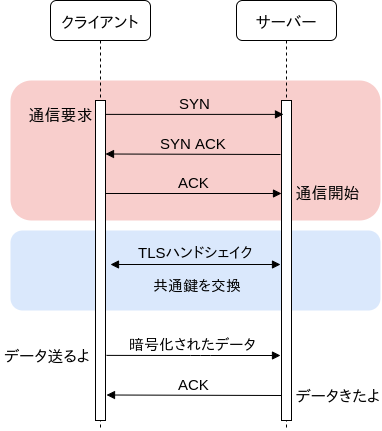
shiopon01/slides keeps this draw.io diagram as images/003/tls.png. Above is the earlier version. Source tidied: cells renumbered, new cells last; positions are measured from the earlier drawing's top-left corner, leaving out a move shared by most shapes. Source of this version:
```xml
<mxGraphModel background="#ffffff">
  <root>
    <mxCell id="0" />
    <mxCell id="1" parent="0" />
    <mxCell id="2" style="rounded=1;whiteSpace=wrap;html=1;fillColor=#dae8fc;strokeColor=none;" parent="1" vertex="1">
      <mxGeometry x="10" y="230" width="370" height="80" as="geometry" />
    </mxCell>
    <mxCell id="3" style="rounded=1;whiteSpace=wrap;html=1;fillColor=#f8cecc;strokeColor=none;" parent="1" vertex="1">
      <mxGeometry x="10" y="80" width="370" height="140" as="geometry" />
    </mxCell>
    <mxCell id="4" value="&lt;font style=&quot;font-size: 16px&quot;&gt;サーバー&lt;/font&gt;" style="shape=umlLifeline;perimeter=lifelinePerimeter;whiteSpace=wrap;html=1;rounded=1;shadow=0;comic=0;labelBackgroundColor=none;strokeWidth=1;fontFamily=Verdana;fontSize=12;align=center;" parent="1" vertex="1">
      <mxGeometry x="236" width="100" height="430" as="geometry" />
    </mxCell>
    <mxCell id="5" style="html=1;perimeter=orthogonalPerimeter;rounded=0;shadow=0;comic=0;labelBackgroundColor=none;strokeWidth=1;fontFamily=Verdana;fontSize=12;align=center;" parent="4" vertex="1">
      <mxGeometry x="45" y="100" width="10" height="320" as="geometry" />
    </mxCell>
    <mxCell id="6" value="&lt;font style=&quot;font-size: 16px&quot;&gt;クライアント&lt;/font&gt;" style="shape=umlLifeline;perimeter=lifelinePerimeter;whiteSpace=wrap;html=1;rounded=1;shadow=0;comic=0;labelBackgroundColor=none;strokeWidth=1;fontFamily=Verdana;fontSize=12;align=center;" parent="1" vertex="1">
      <mxGeometry x="50" width="100" height="430" as="geometry" />
    </mxCell>
    <mxCell id="7" style="html=1;perimeter=orthogonalPerimeter;rounded=0;shadow=0;comic=0;labelBackgroundColor=none;strokeWidth=1;fontFamily=Verdana;fontSize=12;align=center;" parent="6" vertex="1">
      <mxGeometry x="45" y="100" width="10" height="320" as="geometry" />
    </mxCell>
    <mxCell id="8" style="endArrow=block;startArrow=block;endFill=1;startFill=1;html=1;shadow=0;labelBackgroundColor=none;strokeColor=#000000;" parent="6" edge="1">
      <mxGeometry relative="1" as="geometry">
        <mxPoint x="60" y="264" as="sourcePoint" />
        <mxPoint x="230" y="264" as="targetPoint" />
      </mxGeometry>
    </mxCell>
    <mxCell id="9" value="&lt;span style=&quot;font-size: 15px&quot;&gt;TLSハンドシェイク&lt;/span&gt;" style="text;html=1;align=center;verticalAlign=middle;labelBackgroundColor=none;" parent="8" vertex="1">
      <mxGeometry x="0.25" y="1" relative="1" as="geometry">
        <mxPoint x="-21" y="-12" as="offset" />
      </mxGeometry>
    </mxCell>
    <mxCell id="10" value="&lt;span style=&quot;font-size: 15px&quot;&gt;SYN&lt;br&gt;&lt;/span&gt;" style="html=1;verticalAlign=bottom;endArrow=block;entryX=0.2;entryY=0.043;entryDx=0;entryDy=0;entryPerimeter=0;shadow=0;strokeColor=#000000;labelBackgroundColor=none;" parent="1" edge="1">
      <mxGeometry relative="1" as="geometry">
        <mxPoint x="105" y="113.9" as="sourcePoint" />
        <mxPoint x="283" y="113.9" as="targetPoint" />
      </mxGeometry>
    </mxCell>
    <mxCell id="11" value="&lt;span style=&quot;font-size: 15px&quot;&gt;SYN ACK&lt;br&gt;&lt;/span&gt;" style="html=1;verticalAlign=bottom;endArrow=block;labelBackgroundColor=none;" parent="1" edge="1">
      <mxGeometry relative="1" as="geometry">
        <mxPoint x="280" y="154" as="sourcePoint" />
        <mxPoint x="105" y="153.5" as="targetPoint" />
      </mxGeometry>
    </mxCell>
    <mxCell id="12" value="&lt;span style=&quot;font-size: 15px&quot;&gt;ACK&lt;br&gt;&lt;/span&gt;" style="html=1;verticalAlign=bottom;endArrow=block;labelBorderColor=none;labelBackgroundColor=none;" parent="1" edge="1">
      <mxGeometry relative="1" as="geometry">
        <mxPoint x="105" y="193" as="sourcePoint" />
        <mxPoint x="281" y="193" as="targetPoint" />
      </mxGeometry>
    </mxCell>
    <mxCell id="13" value="&lt;span style=&quot;font-size: 16px&quot;&gt;通信開始&lt;/span&gt;" style="text;html=1;strokeColor=none;fillColor=none;align=center;verticalAlign=middle;whiteSpace=wrap;rounded=0;" parent="1" vertex="1">
      <mxGeometry x="292" y="182" width="70" height="20" as="geometry" />
    </mxCell>
    <mxCell id="14" value="&lt;span style=&quot;font-size: 16px&quot;&gt;通信要求&lt;/span&gt;" style="text;html=1;strokeColor=none;fillColor=none;align=center;verticalAlign=middle;whiteSpace=wrap;rounded=0;" parent="1" vertex="1">
      <mxGeometry x="25" y="104" width="70" height="20" as="geometry" />
    </mxCell>
    <mxCell id="15" value="&lt;span style=&quot;font-size: 15px&quot;&gt;共通鍵を交換&lt;/span&gt;" style="text;html=1;align=center;verticalAlign=middle;labelBackgroundColor=none;" parent="1" vertex="1">
      <mxGeometry x="217" y="296" as="geometry">
        <mxPoint x="-21" y="-12" as="offset" />
      </mxGeometry>
    </mxCell>
    <mxCell id="16" value="&lt;span style=&quot;font-size: 15px&quot;&gt;暗号化されたデータ&lt;br&gt;&lt;/span&gt;" style="html=1;verticalAlign=bottom;endArrow=block;shadow=0;strokeColor=#000000;labelBackgroundColor=none;" parent="1" edge="1">
      <mxGeometry relative="1" as="geometry">
        <mxPoint x="106" y="354.9" as="sourcePoint" />
        <mxPoint x="280" y="355" as="targetPoint" />
        <Array as="points">
          <mxPoint x="200" y="355" />
        </Array>
      </mxGeometry>
    </mxCell>
    <mxCell id="17" value="&lt;span style=&quot;font-size: 15px&quot;&gt;ACK&lt;br&gt;&lt;/span&gt;" style="html=1;verticalAlign=bottom;endArrow=block;labelBackgroundColor=none;" parent="1" edge="1">
      <mxGeometry relative="1" as="geometry">
        <mxPoint x="281" y="395" as="sourcePoint" />
        <mxPoint x="106" y="394.5" as="targetPoint" />
      </mxGeometry>
    </mxCell>
    <mxCell id="18" value="&lt;span style=&quot;font-size: 16px&quot;&gt;データきたよ&lt;/span&gt;" style="text;html=1;strokeColor=none;fillColor=none;align=center;verticalAlign=middle;whiteSpace=wrap;rounded=0;" parent="1" vertex="1">
      <mxGeometry x="293" y="385" width="88" height="20" as="geometry" />
    </mxCell>
    <mxCell id="19" value="&lt;span style=&quot;font-size: 16px&quot;&gt;データ送るよ&lt;/span&gt;" style="text;html=1;strokeColor=none;fillColor=none;align=center;verticalAlign=middle;whiteSpace=wrap;rounded=0;" parent="1" vertex="1">
      <mxGeometry y="345" width="94" height="20" as="geometry" />
    </mxCell>
  </root>
</mxGraphModel>
```
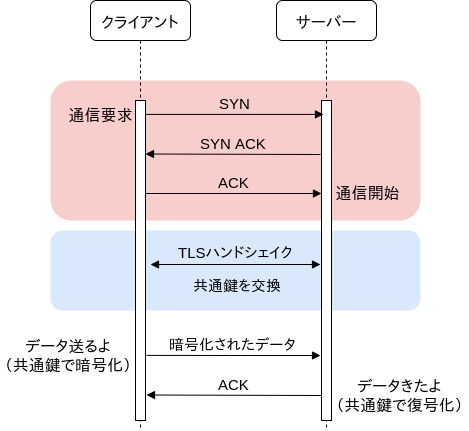
The same diagram one commit later.

Change to the diagram source:
```diff
@@ -1,4 +1,4 @@
-<mxGraphModel background="#ffffff">
+<mxGraphModel>
   <root>
     <mxCell id="0" />
     <mxCell id="1" parent="0" />
@@ -11,22 +11,22 @@
     <mxCell id="4" value="&lt;font style=&quot;font-size: 16px&quot;&gt;サーバー&lt;/font&gt;" style="shape=umlLifeline;perimeter=lifelinePerimeter;whiteSpace=wrap;html=1;rounded=1;shadow=0;comic=0;labelBackgroundColor=none;strokeWidth=1;fontFamily=Verdana;fontSize=12;align=center;" parent="1" vertex="1">
       <mxGeometry x="236" width="100" height="430" as="geometry" />
     </mxCell>
-    <mxCell id="5" style="html=1;perimeter=orthogonalPerimeter;rounded=0;shadow=0;comic=0;labelBackgroundColor=none;strokeWidth=1;fontFamily=Verdana;fontSize=12;align=center;" parent="4" vertex="1">
-      <mxGeometry x="45" y="100" width="10" height="320" as="geometry" />
-    </mxCell>
+    <mxCell id="20" style="html=1;perimeter=orthogonalPerimeter;rounded=0;shadow=0;comic=0;labelBackgroundColor=none;strokeWidth=1;fontFamily=Verdana;fontSize=12;align=center;" parent="4" vertex="1">
+      <mxGeometry x="45" y="100" width="10" height="320" as="geometry" />
+    </mxCell>
     <mxCell id="6" value="&lt;font style=&quot;font-size: 16px&quot;&gt;クライアント&lt;/font&gt;" style="shape=umlLifeline;perimeter=lifelinePerimeter;whiteSpace=wrap;html=1;rounded=1;shadow=0;comic=0;labelBackgroundColor=none;strokeWidth=1;fontFamily=Verdana;fontSize=12;align=center;" parent="1" vertex="1">
       <mxGeometry x="50" width="100" height="430" as="geometry" />
     </mxCell>
-    <mxCell id="7" style="html=1;perimeter=orthogonalPerimeter;rounded=0;shadow=0;comic=0;labelBackgroundColor=none;strokeWidth=1;fontFamily=Verdana;fontSize=12;align=center;" parent="6" vertex="1">
-      <mxGeometry x="45" y="100" width="10" height="320" as="geometry" />
-    </mxCell>
-    <mxCell id="8" style="endArrow=block;startArrow=block;endFill=1;startFill=1;html=1;shadow=0;labelBackgroundColor=none;strokeColor=#000000;" parent="6" edge="1">
-      <mxGeometry relative="1" as="geometry">
-        <mxPoint x="60" y="264" as="sourcePoint" />
-        <mxPoint x="230" y="264" as="targetPoint" />
-      </mxGeometry>
-    </mxCell>
+    <mxCell id="21" style="html=1;perimeter=orthogonalPerimeter;rounded=0;shadow=0;comic=0;labelBackgroundColor=none;strokeWidth=1;fontFamily=Verdana;fontSize=12;align=center;" parent="6" vertex="1">
+      <mxGeometry x="45" y="100" width="10" height="320" as="geometry" />
+    </mxCell>
+    <mxCell id="22" style="endArrow=block;startArrow=block;endFill=1;startFill=1;html=1;shadow=0;labelBackgroundColor=none;strokeColor=#000000;" parent="6" edge="1">
+      <mxGeometry relative="1" as="geometry">
+        <mxPoint x="60" y="264" as="sourcePoint" />
+        <mxPoint x="230" y="264" as="targetPoint" />
+      </mxGeometry>
+    </mxCell>
-    <mxCell id="9" value="&lt;span style=&quot;font-size: 15px&quot;&gt;TLSハンドシェイク&lt;/span&gt;" style="text;html=1;align=center;verticalAlign=middle;labelBackgroundColor=none;" parent="8" vertex="1">
+    <mxCell id="9" value="&lt;span style=&quot;font-size: 15px&quot;&gt;TLSハンドシェイク&lt;/span&gt;" style="text;html=1;align=center;verticalAlign=middle;labelBackgroundColor=none;" parent="22" vertex="1">
       <mxGeometry x="0.25" y="1" relative="1" as="geometry">
         <mxPoint x="-21" y="-12" as="offset" />
       </mxGeometry>
@@ -75,11 +75,11 @@
         <mxPoint x="106" y="394.5" as="targetPoint" />
       </mxGeometry>
     </mxCell>
-    <mxCell id="18" value="&lt;span style=&quot;font-size: 16px&quot;&gt;データきたよ&lt;/span&gt;" style="text;html=1;strokeColor=none;fillColor=none;align=center;verticalAlign=middle;whiteSpace=wrap;rounded=0;" parent="1" vertex="1">
-      <mxGeometry x="293" y="385" width="88" height="20" as="geometry" />
-    </mxCell>
-    <mxCell id="19" value="&lt;span style=&quot;font-size: 16px&quot;&gt;データ送るよ&lt;/span&gt;" style="text;html=1;strokeColor=none;fillColor=none;align=center;verticalAlign=middle;whiteSpace=wrap;rounded=0;" parent="1" vertex="1">
-      <mxGeometry y="345" width="94" height="20" as="geometry" />
-    </mxCell>
+    <mxCell id="23" value="&lt;span style=&quot;font-size: 16px&quot;&gt;データきたよ&lt;/span&gt;&lt;br&gt;&lt;span style=&quot;font-size: 16px&quot;&gt;（共通鍵で復号化&lt;/span&gt;&lt;span style=&quot;font-size: 16px&quot;&gt;）&lt;/span&gt;" style="text;html=1;strokeColor=none;fillColor=none;align=center;verticalAlign=middle;whiteSpace=wrap;rounded=0;" parent="1" vertex="1">
+      <mxGeometry x="291" y="385" width="137" height="20" as="geometry" />
+    </mxCell>
+    <mxCell id="24" value="&lt;span style=&quot;font-size: 16px&quot;&gt;データ送るよ&lt;br&gt;（共通鍵で暗号化）&lt;br&gt;&lt;/span&gt;" style="text;html=1;strokeColor=none;fillColor=none;align=center;verticalAlign=middle;whiteSpace=wrap;rounded=0;" parent="1" vertex="1">
+      <mxGeometry x="-40" y="345" width="134" height="20" as="geometry" />
+    </mxCell>
   </root>
 </mxGraphModel>
```
